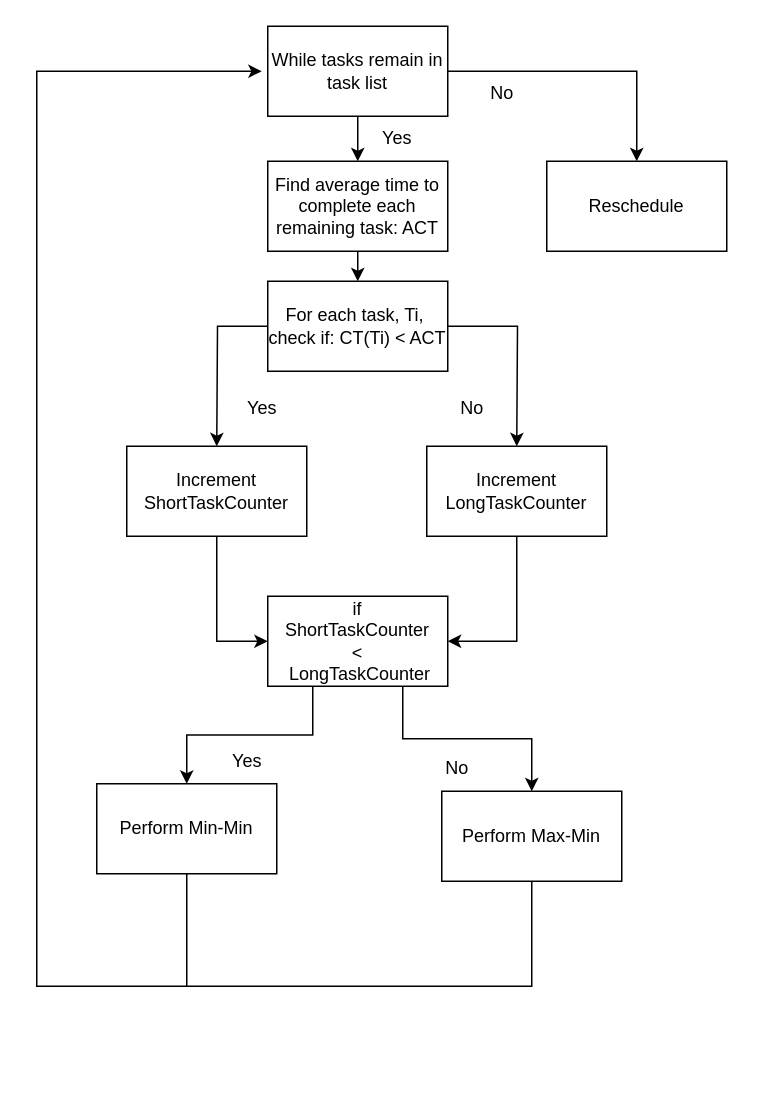
The draw.io diagram EHAMM.drawio in EvanMikesell/CloudTaskResearch, before the edit. Source tidied: cells renumbered, new cells numbered last; positions are measured from the earlier drawing's top-left corner, leaving out a move shared by most shapes. Both pictures are drawn from the tidied source at 150%, with x=0, y=0 at pixel (36, 26).
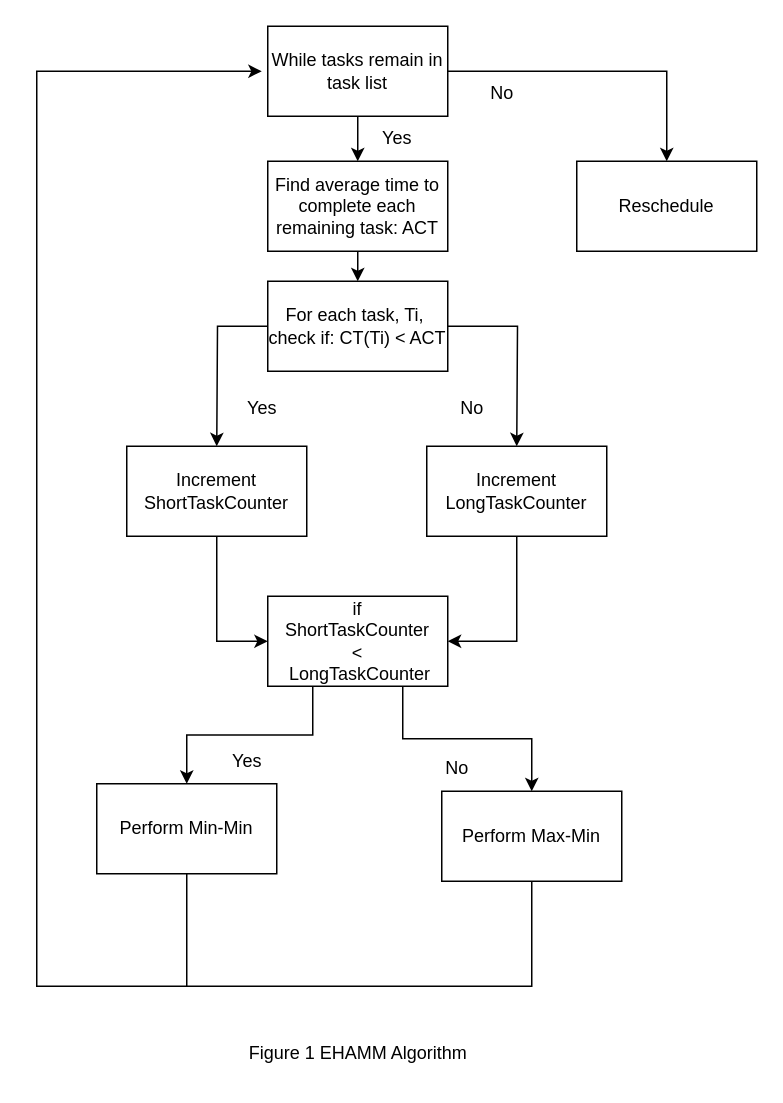
The same diagram, later.

What changed in the source:
```diff
@@
     <mxCell id="26" value="Reschedule" style="rounded=0;whiteSpace=wrap;html=1;" parent="1" vertex="1">
-      <mxGeometry x="340" y="90" width="120" height="60" as="geometry" />
+      <mxGeometry x="360" y="90" width="120" height="60" as="geometry" />
     </mxCell>
@@
+    <mxCell id="28" value="Figure 1 EHAMM Algorithm" style="text;html=1;align=center;verticalAlign=middle;strokeColor=none;fillColor=none;" parent="1" vertex="1">
+      <mxGeometry x="129" y="670" width="170" height="30" as="geometry" />
+    </mxCell>
```
